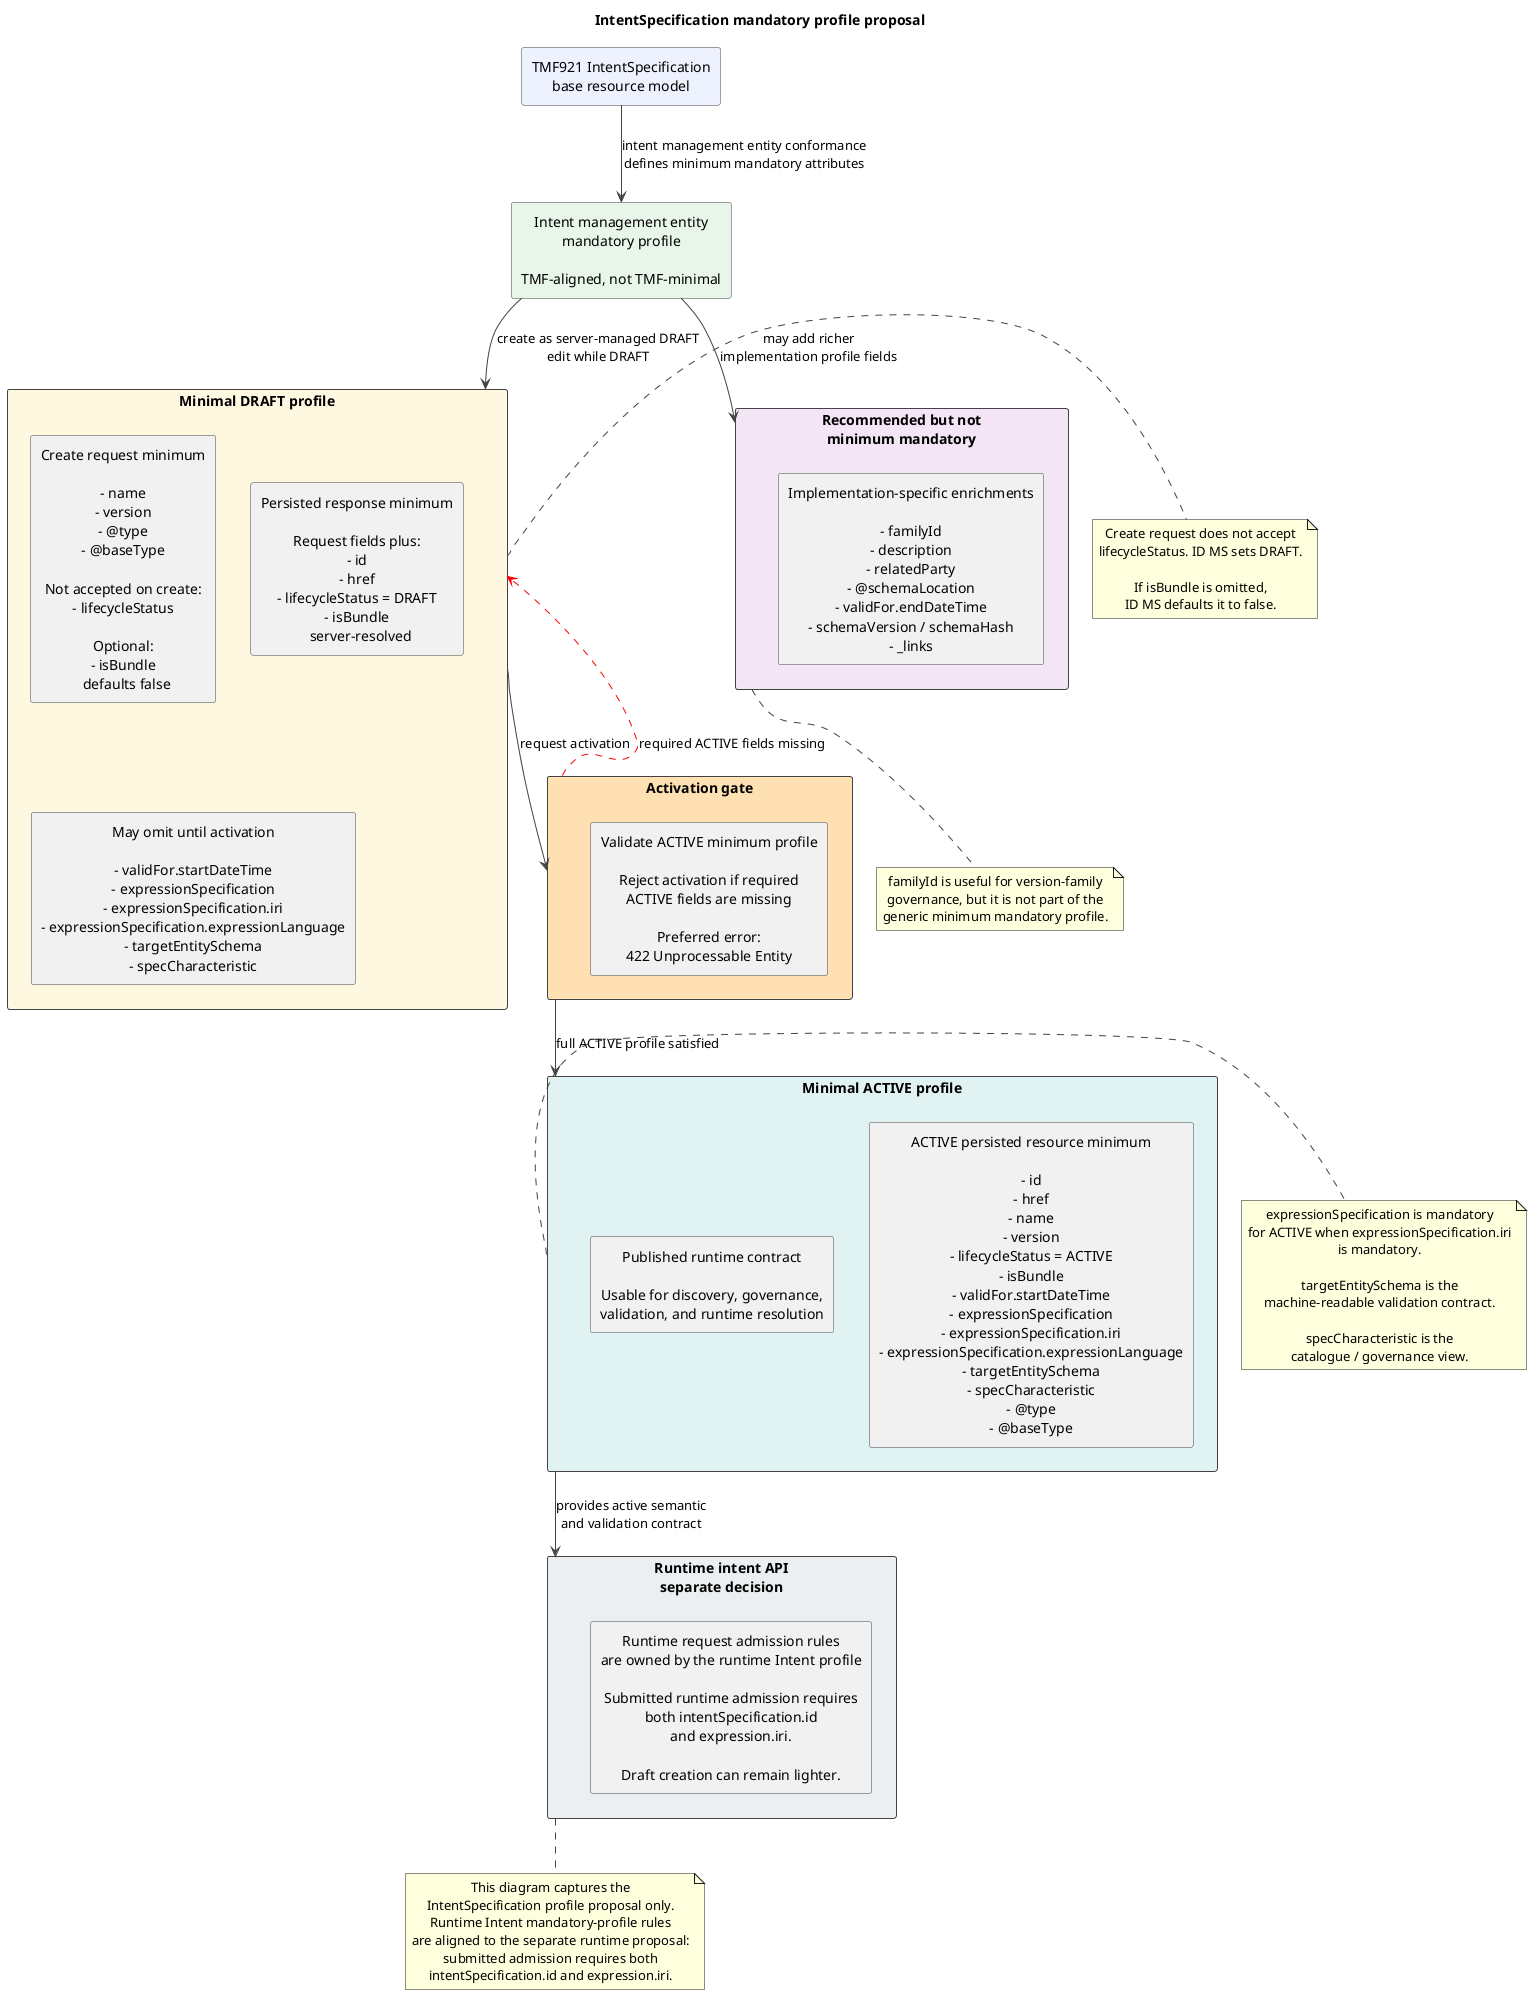
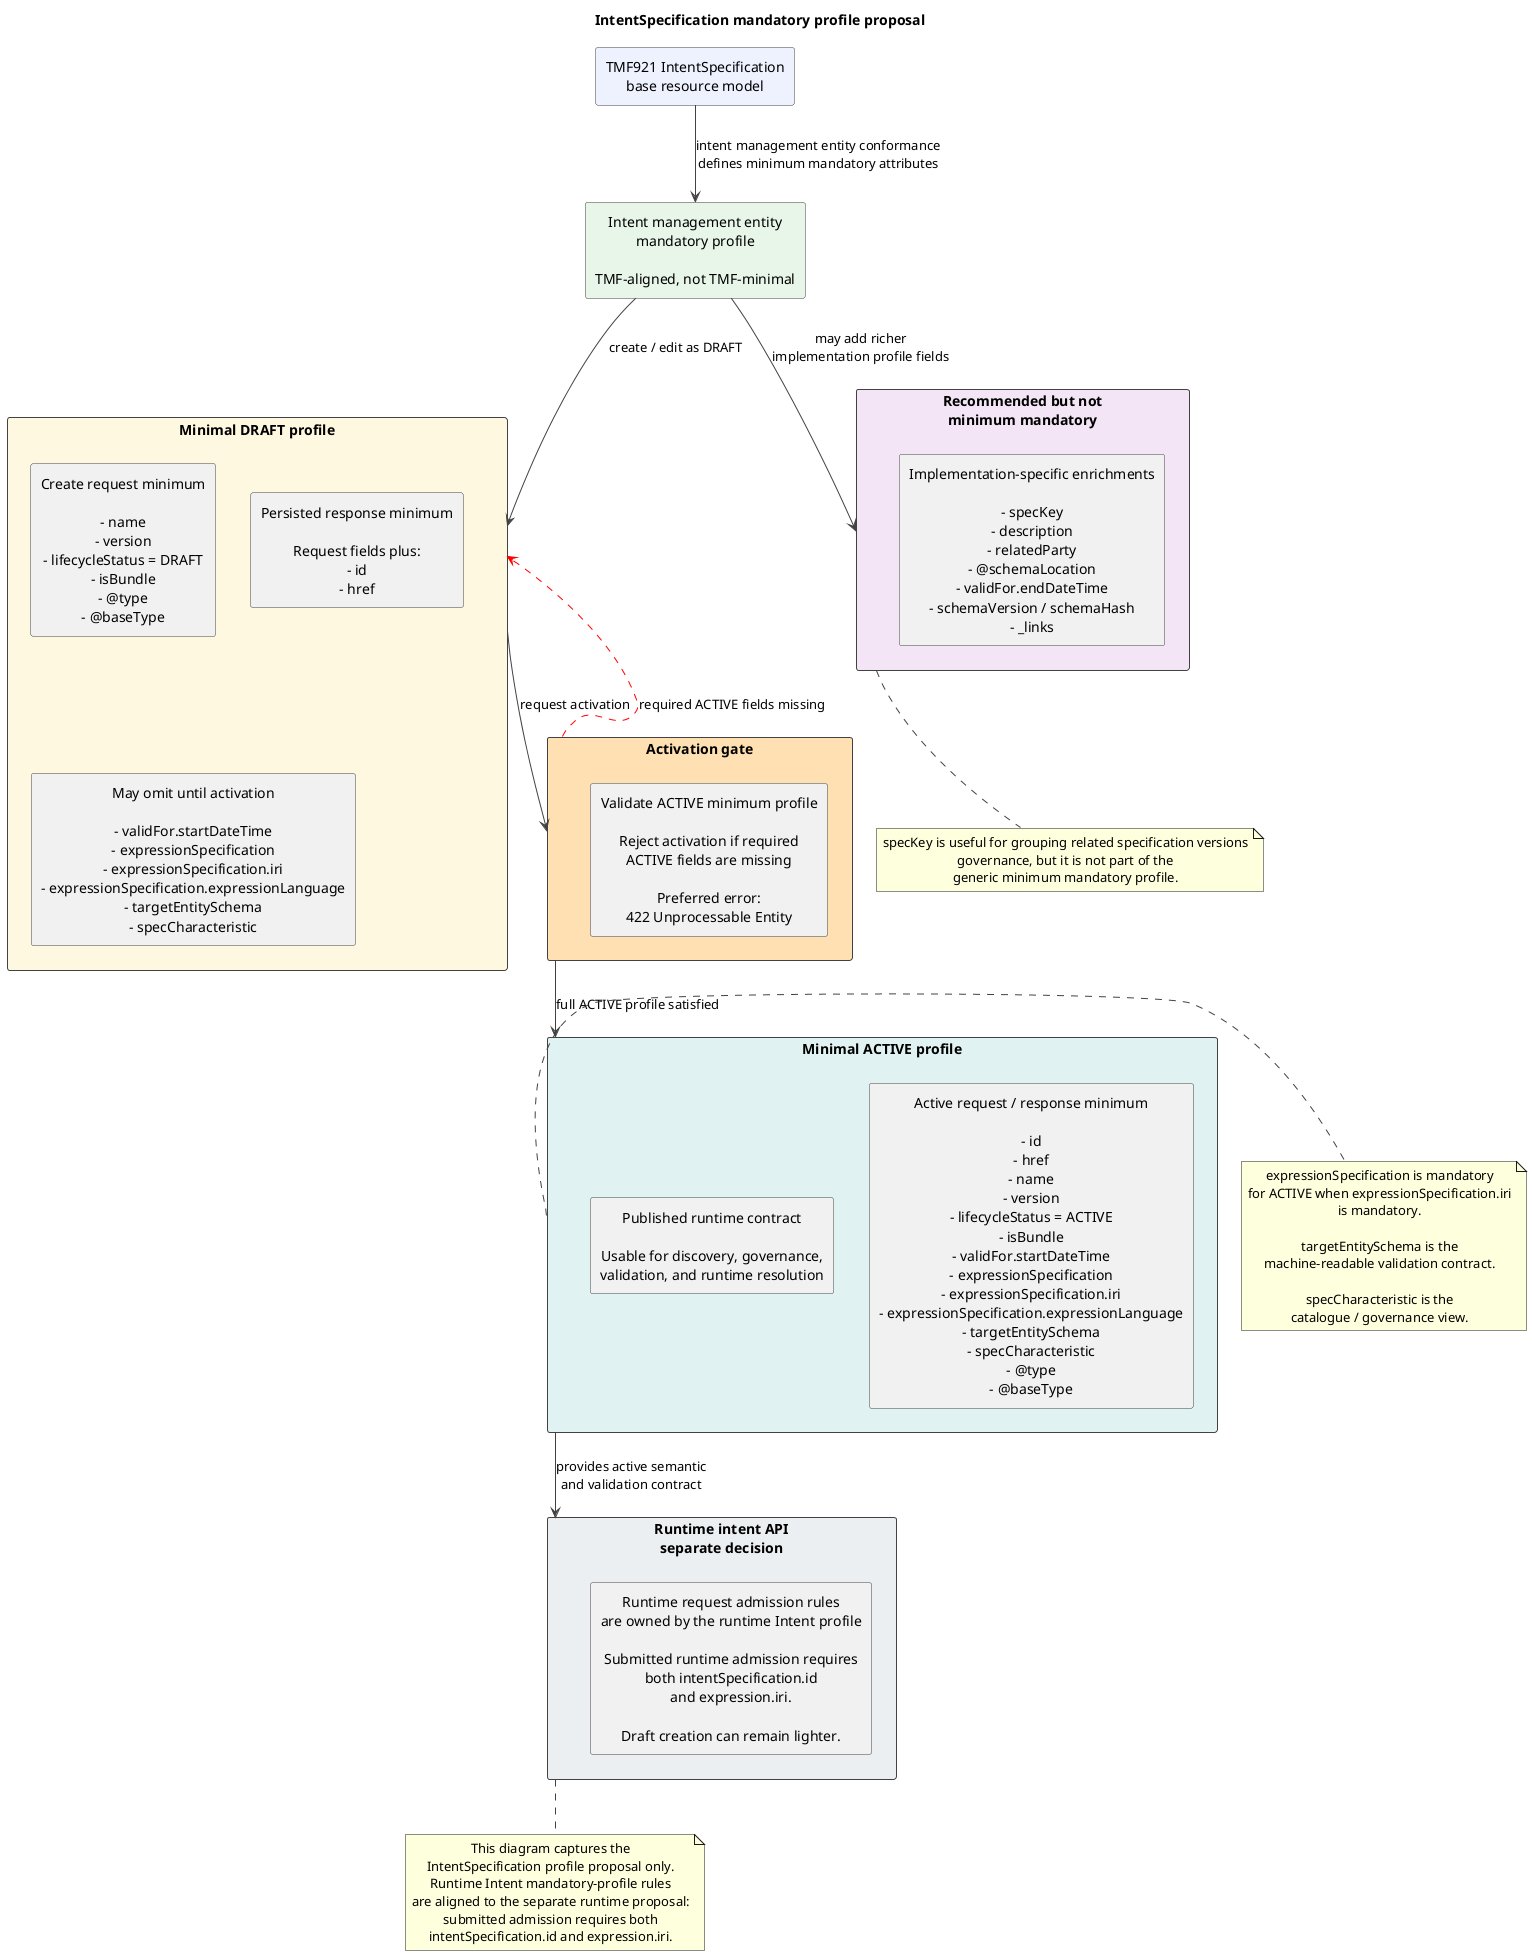
@startuml
title IntentSpecification mandatory profile proposal

skinparam shadowing false
skinparam defaultTextAlignment center
skinparam packageStyle rectangle
skinparam ArrowColor #424242
skinparam RectangleBorderColor #424242

rectangle "TMF921 IntentSpecification\nbase resource model" as TMF #EEF2FF

rectangle "Intent management entity\nmandatory profile\n\nTMF-aligned, not TMF-minimal" as PROFILE #E8F5E9

TMF --> PROFILE : intent management entity conformance\ndefines minimum mandatory attributes

rectangle "Minimal DRAFT profile" as DRAFT #FFF8E1 {
-   rectangle "Create request minimum\n\n- name\n- version\n- @type\n- @baseType\n\nNot accepted on create:\n- lifecycleStatus\n\nOptional:\n- isBundle\n  defaults false" as DRAFT_REQ
-   rectangle "Persisted response minimum\n\nRequest fields plus:\n- id\n- href\n- lifecycleStatus = DRAFT\n- isBundle\n  server-resolved" as DRAFT_RESP
+   rectangle "Create request minimum\n\n- name\n- version\n- lifecycleStatus = DRAFT\n- isBundle\n- @type\n- @baseType" as DRAFT_REQ
+   rectangle "Persisted response minimum\n\nRequest fields plus:\n- id\n- href" as DRAFT_RESP
  rectangle "May omit until activation\n\n- validFor.startDateTime\n- expressionSpecification\n- expressionSpecification.iri\n- expressionSpecification.expressionLanguage\n- targetEntitySchema\n- specCharacteristic" as DRAFT_OMIT
}

rectangle "Activation gate" as GATE #FFE0B2 {
  rectangle "Validate ACTIVE minimum profile\n\nReject activation if required\nACTIVE fields are missing\n\nPreferred error:\n422 Unprocessable Entity" as VALIDATE
}

rectangle "Minimal ACTIVE profile" as ACTIVE #E0F2F1 {
-   rectangle "ACTIVE persisted resource minimum\n\n- id\n- href\n- name\n- version\n- lifecycleStatus = ACTIVE\n- isBundle\n- validFor.startDateTime\n- expressionSpecification\n- expressionSpecification.iri\n- expressionSpecification.expressionLanguage\n- targetEntitySchema\n- specCharacteristic\n- @type\n- @baseType" as ACTIVE_FIELDS
+   rectangle "Active request / response minimum\n\n- id\n- href\n- name\n- version\n- lifecycleStatus = ACTIVE\n- isBundle\n- validFor.startDateTime\n- expressionSpecification\n- expressionSpecification.iri\n- expressionSpecification.expressionLanguage\n- targetEntitySchema\n- specCharacteristic\n- @type\n- @baseType" as ACTIVE_FIELDS
  rectangle "Published runtime contract\n\nUsable for discovery, governance,\nvalidation, and runtime resolution" as ACTIVE_CONTRACT
}

rectangle "Recommended but not\nminimum mandatory" as OPTIONAL #F3E5F5 {
-   rectangle "Implementation-specific enrichments\n\n- familyId\n- description\n- relatedParty\n- @schemaLocation\n- validFor.endDateTime\n- schemaVersion / schemaHash\n- _links" as OPTIONAL_FIELDS
+   rectangle "Implementation-specific enrichments\n\n- specKey\n- description\n- relatedParty\n- @schemaLocation\n- validFor.endDateTime\n- schemaVersion / schemaHash\n- _links" as OPTIONAL_FIELDS
}

rectangle "Runtime intent API\nseparate decision" as RUNTIME #ECEFF1 {
  rectangle "Runtime request admission rules\nare owned by the runtime Intent profile\n\nSubmitted runtime admission requires\nboth intentSpecification.id\nand expression.iri.\n\nDraft creation can remain lighter." as RUNTIME_RULE
}

- PROFILE --> DRAFT : create as server-managed DRAFT\nedit while DRAFT
+ PROFILE --> DRAFT : create / edit as DRAFT
DRAFT --> GATE : request activation
GATE --> ACTIVE : full ACTIVE profile satisfied
GATE -[#red,dashed]-> DRAFT : required ACTIVE fields missing
ACTIVE --> RUNTIME : provides active semantic\nand validation contract
PROFILE --> OPTIONAL : may add richer\nimplementation profile fields
- 
- note right of DRAFT
- Create request does not accept
- lifecycleStatus. ID MS sets DRAFT.
- 
- If isBundle is omitted,
- ID MS defaults it to false.
- end note

note right of ACTIVE
expressionSpecification is mandatory
for ACTIVE when expressionSpecification.iri
is mandatory.

targetEntitySchema is the
machine-readable validation contract.

specCharacteristic is the
catalogue / governance view.
end note

note bottom of OPTIONAL
- familyId is useful for version-family
+ specKey is useful for grouping related specification versions
governance, but it is not part of the
generic minimum mandatory profile.
end note

note bottom of RUNTIME
This diagram captures the
IntentSpecification profile proposal only.
Runtime Intent mandatory-profile rules
are aligned to the separate runtime proposal:
submitted admission requires both
intentSpecification.id and expression.iri.
end note

@enduml
